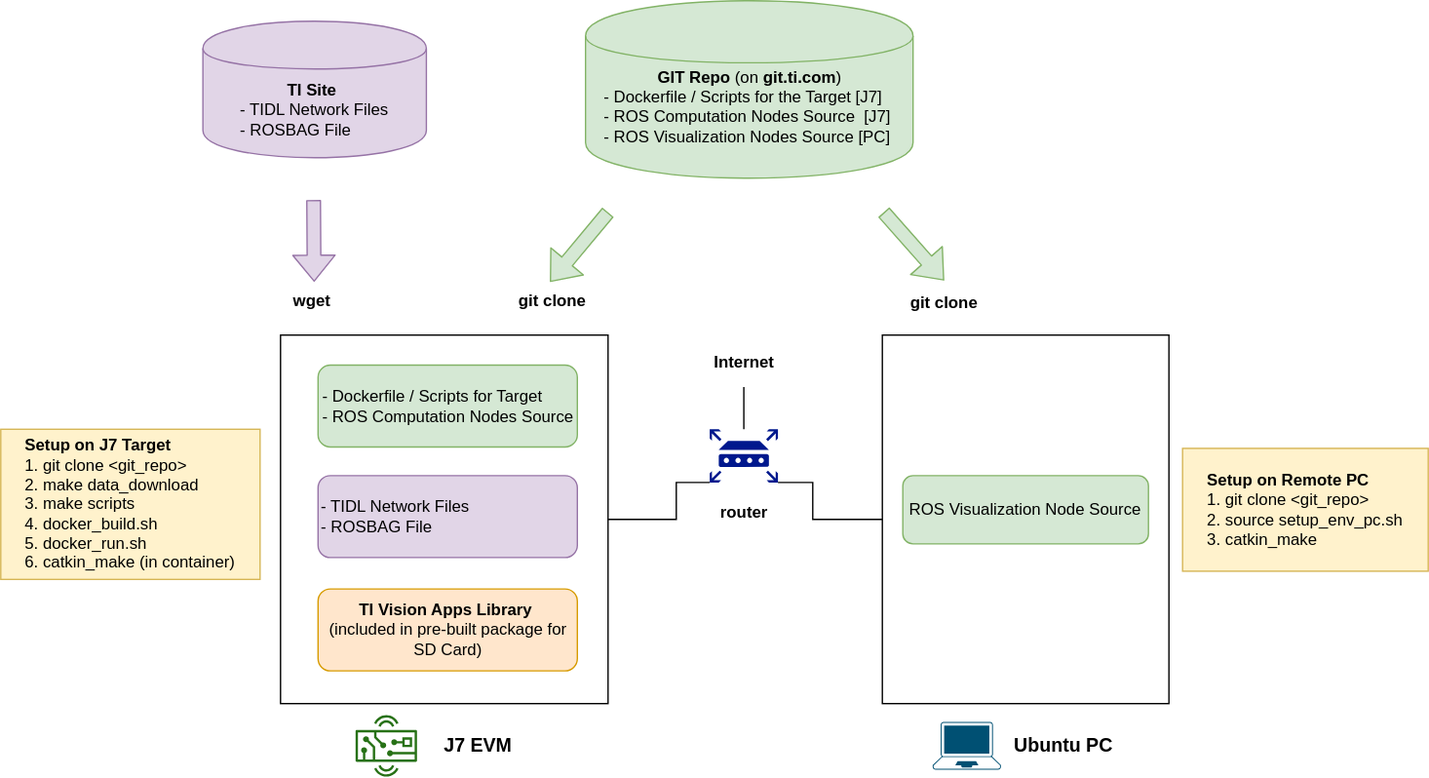
shun-li-casia/robotics_sdk_tda4vm keeps this draw.io diagram as docker/docs/tiovx_ros_setup.svg. Above is the earlier version. Source tidied: cells renumbered, new cells last; positions are measured from the earlier drawing's top-left corner, leaving out a move shared by most shapes.
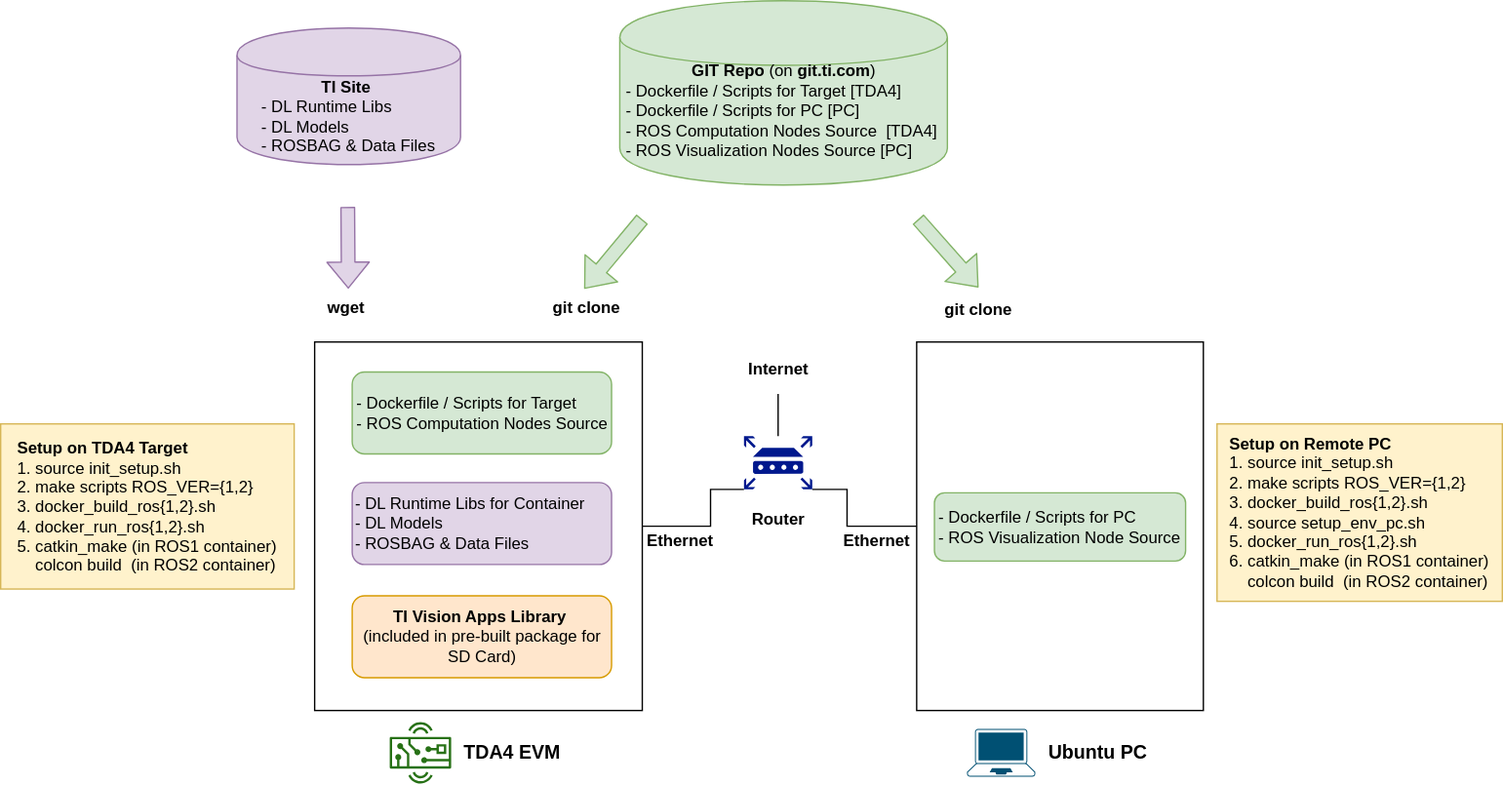
The same diagram one commit later.

Diff of the diagram source:
```diff
@@ -5,7 +5,7 @@
     <mxCell id="2" style="rounded=0;whiteSpace=wrap;html=1;" parent="1" vertex="1">
       <mxGeometry x="205" y="245" width="240" height="270" as="geometry" />
     </mxCell>
-    <mxCell id="3" value="&lt;b&gt;TI Vision Apps Library&amp;nbsp;&lt;/b&gt;&lt;br&gt;(included in pre-built package for SD Card)" style="rounded=1;whiteSpace=wrap;html=1;fillColor=#ffe6cc;strokeColor=#d79b00;align=center;" parent="1" vertex="1">
+    <mxCell id="3" value="&lt;b&gt;TI Vision Apps Library&amp;nbsp;&lt;/b&gt;&lt;br&gt;(included in pre-built package for SD Card)&lt;br&gt;" style="rounded=1;whiteSpace=wrap;html=1;fillColor=#ffe6cc;strokeColor=#d79b00;align=center;" parent="1" vertex="1">
       <mxGeometry x="232.5" y="431" width="190" height="60" as="geometry" />
     </mxCell>
     <mxCell id="4" style="rounded=0;whiteSpace=wrap;html=1;" parent="1" vertex="1">
@@ -14,11 +14,11 @@
     <mxCell id="5" value="&lt;div&gt;&lt;div style=&quot;text-align: left&quot;&gt;&lt;span&gt;- Dockerfile / Scripts for Target&lt;/span&gt;&lt;/div&gt;&lt;span&gt;&lt;div style=&quot;text-align: left&quot;&gt;&lt;span&gt;- ROS Computation Nodes Source&lt;/span&gt;&lt;/div&gt;&lt;/span&gt;&lt;/div&gt;" style="rounded=1;whiteSpace=wrap;html=1;fillColor=#d5e8d4;strokeColor=#82b366;" parent="1" vertex="1">
       <mxGeometry x="232.5" y="267" width="190" height="60" as="geometry" />
     </mxCell>
-    <mxCell id="6" value="ROS Visualization Node Source" style="rounded=1;whiteSpace=wrap;html=1;fillColor=#d5e8d4;strokeColor=#82b366;" parent="1" vertex="1">
-      <mxGeometry x="661" y="348" width="180" height="50" as="geometry" />
+    <mxCell id="6" value="&lt;div style=&quot;text-align: left&quot;&gt;- Dockerfile / Scripts for PC&lt;/div&gt;&lt;div style=&quot;text-align: left&quot;&gt;&lt;span&gt;- ROS Visualization Node Source&lt;/span&gt;&lt;/div&gt;" style="rounded=1;whiteSpace=wrap;html=1;fillColor=#d5e8d4;strokeColor=#82b366;" parent="1" vertex="1">
+      <mxGeometry x="659" y="355.5" width="184" height="50" as="geometry" />
     </mxCell>
-    <mxCell id="7" value="&lt;b&gt;GIT Repo&amp;nbsp;&lt;/b&gt;(on &lt;b&gt;git.ti.com&lt;/b&gt;)&lt;br&gt;&lt;div style=&quot;text-align: left&quot;&gt;&lt;span&gt;- Dockerfile / Scripts for the Target [J7]&lt;/span&gt;&lt;br&gt;&lt;/div&gt;&lt;div style=&quot;text-align: left&quot;&gt;- ROS Computation Nodes Source&amp;nbsp; [J7]&amp;nbsp;&lt;span&gt;&lt;br&gt;&lt;/span&gt;&lt;/div&gt;&lt;div style=&quot;text-align: left&quot;&gt;- ROS Visualization Nodes Source [PC]&amp;nbsp;&lt;br&gt;&lt;/div&gt;&lt;div style=&quot;text-align: left&quot;&gt;&lt;span&gt;&lt;br&gt;&lt;/span&gt;&lt;/div&gt;" style="shape=cylinder;whiteSpace=wrap;html=1;boundedLbl=1;backgroundOutline=1;fontFamily=Helvetica;fontSize=12;align=center;strokeColor=#82b366;fillColor=#d5e8d4;" parent="1" vertex="1">
-      <mxGeometry x="428.5" width="240" height="130" as="geometry" />
+    <mxCell id="7" value="&lt;b&gt;GIT Repo&amp;nbsp;&lt;/b&gt;(on &lt;b&gt;git.ti.com&lt;/b&gt;)&lt;br&gt;&lt;div style=&quot;text-align: left&quot;&gt;&lt;span&gt;- Dockerfile / Scripts for Target [TDA4]&lt;/span&gt;&lt;br&gt;&lt;/div&gt;&lt;div style=&quot;text-align: left&quot;&gt;&lt;div&gt;- Dockerfile / Scripts for PC [PC]&lt;br&gt;&lt;/div&gt;&lt;div&gt;&lt;span&gt;- ROS Computation Nodes Source&amp;nbsp; [TDA4]&amp;nbsp;&lt;/span&gt;&lt;br&gt;&lt;/div&gt;&lt;/div&gt;&lt;div style=&quot;text-align: left&quot;&gt;&lt;span&gt;- ROS Visualization Nodes Source [PC]&amp;nbsp;&lt;/span&gt;&lt;br&gt;&lt;/div&gt;&lt;div style=&quot;text-align: left&quot;&gt;&lt;span&gt;&lt;br&gt;&lt;/span&gt;&lt;/div&gt;" style="shape=cylinder;whiteSpace=wrap;html=1;boundedLbl=1;backgroundOutline=1;fontFamily=Helvetica;fontSize=12;align=center;strokeColor=#82b366;fillColor=#d5e8d4;" parent="1" vertex="1">
+      <mxGeometry x="428.5" y="-5" width="240" height="135" as="geometry" />
     </mxCell>
     <mxCell id="8" style="shape=flexArrow;endArrow=classic;html=1;fillColor=#d5e8d4;strokeColor=#82b366;" parent="1" edge="1">
       <mxGeometry relative="1" as="geometry">
@@ -32,7 +32,7 @@
     <mxCell id="10" value="&lt;b&gt;&lt;font style=&quot;font-size: 14px&quot;&gt;Ubuntu PC&lt;/font&gt;&lt;/b&gt;" style="text;html=1;strokeColor=none;fillColor=none;align=center;verticalAlign=middle;whiteSpace=wrap;rounded=0;" parent="1" vertex="1">
       <mxGeometry x="739.1" y="536" width="80" height="20" as="geometry" />
     </mxCell>
-    <mxCell id="11" value="&lt;b&gt;&lt;font style=&quot;font-size: 14px&quot;&gt;J7 EVM&lt;/font&gt;&lt;/b&gt;" style="text;html=1;strokeColor=none;fillColor=none;align=center;verticalAlign=middle;whiteSpace=wrap;rounded=0;" parent="1" vertex="1">
+    <mxCell id="11" value="&lt;b&gt;&lt;font style=&quot;font-size: 14px&quot;&gt;TDA4 EVM&lt;/font&gt;&lt;/b&gt;" style="text;html=1;strokeColor=none;fillColor=none;align=center;verticalAlign=middle;whiteSpace=wrap;rounded=0;" parent="1" vertex="1">
       <mxGeometry x="305" y="536" width="90" height="20" as="geometry" />
     </mxCell>
     <mxCell id="12" style="fontColor=#232F3E;gradientColor=none;fillColor=#277116;strokeColor=none;dashed=0;verticalLabelPosition=bottom;verticalAlign=top;align=center;html=1;fontSize=12;fontStyle=0;shape=mxgraph.aws4.hardware_board;" parent="1" vertex="1">
@@ -74,7 +74,7 @@
     <mxCell id="19" value="&lt;b&gt;git clone&lt;/b&gt;" style="text;html=1;strokeColor=none;fillColor=none;align=center;verticalAlign=middle;whiteSpace=wrap;rounded=0;" parent="1" vertex="1">
       <mxGeometry x="362.5" y="210" width="82.5" height="20" as="geometry" />
     </mxCell>
-    <mxCell id="20" value="&lt;span&gt;&lt;b&gt;&lt;br&gt;TI Site&amp;nbsp;&lt;/b&gt;&lt;br&gt;&lt;div style=&quot;text-align: left&quot;&gt;&lt;span&gt;- TIDL Network Files&lt;/span&gt;&lt;br&gt;&lt;/div&gt;&lt;/span&gt;&lt;span&gt;&lt;div style=&quot;text-align: left&quot;&gt;&lt;span&gt;- ROSBAG File&lt;/span&gt;&lt;/div&gt;&lt;br&gt;&lt;/span&gt;" style="shape=cylinder;whiteSpace=wrap;html=1;boundedLbl=1;backgroundOutline=1;fontFamily=Helvetica;fontSize=12;align=center;strokeColor=#9673a6;fillColor=#e1d5e7;" parent="1" vertex="1">
+    <mxCell id="20" value="&lt;span&gt;&lt;b&gt;&lt;br&gt;TI Site&amp;nbsp;&lt;/b&gt;&lt;br&gt;&lt;div style=&quot;text-align: left&quot;&gt;&lt;span style=&quot;text-align: center&quot;&gt;&lt;div style=&quot;text-align: left&quot;&gt;- DL Runtime Libs&lt;/div&gt;&lt;/span&gt;&lt;span style=&quot;text-align: center&quot;&gt;&lt;/span&gt;&lt;/div&gt;&lt;div style=&quot;text-align: left&quot;&gt;&lt;span&gt;- DL Models&lt;/span&gt;&lt;br&gt;&lt;/div&gt;&lt;div style=&quot;text-align: left&quot;&gt;&lt;span&gt;- ROSBAG &amp;amp; Data Files&lt;/span&gt;&lt;br&gt;&lt;/div&gt;&lt;/span&gt;&lt;span&gt;&lt;br&gt;&lt;/span&gt;" style="shape=cylinder;whiteSpace=wrap;html=1;boundedLbl=1;backgroundOutline=1;fontFamily=Helvetica;fontSize=12;align=center;strokeColor=#9673a6;fillColor=#e1d5e7;" parent="1" vertex="1">
       <mxGeometry x="148.1" y="15" width="163.8" height="100" as="geometry" />
     </mxCell>
     <mxCell id="21" style="shape=flexArrow;endArrow=classic;html=1;fillColor=#e1d5e7;strokeColor=#9673a6;" parent="1" edge="1">
@@ -89,17 +89,23 @@
     <mxCell id="23" value="&lt;b&gt;git clone&lt;/b&gt;" style="text;html=1;strokeColor=none;fillColor=none;align=center;verticalAlign=middle;whiteSpace=wrap;rounded=0;" parent="1" vertex="1">
       <mxGeometry x="649.8" y="212" width="83.1" height="20" as="geometry" />
     </mxCell>
-    <mxCell id="24" value="&lt;span&gt;&lt;b&gt;router&lt;/b&gt;&lt;/span&gt;" style="text;html=1;strokeColor=none;fillColor=none;align=center;verticalAlign=middle;whiteSpace=wrap;rounded=0;fontStyle=0;" parent="1" vertex="1">
+    <mxCell id="24" value="&lt;span&gt;&lt;b&gt;Router&lt;/b&gt;&lt;/span&gt;" style="text;html=1;strokeColor=none;fillColor=none;align=center;verticalAlign=middle;whiteSpace=wrap;rounded=0;fontStyle=0;" parent="1" vertex="1">
       <mxGeometry x="512.8" y="365" width="63.5" height="20" as="geometry" />
     </mxCell>
-    <mxCell id="25" value="&lt;div&gt;&lt;div&gt;- TIDL Network Files&lt;/div&gt;&lt;div&gt;- ROSBAG File&lt;/div&gt;&lt;/div&gt;" style="rounded=1;whiteSpace=wrap;html=1;fillColor=#e1d5e7;strokeColor=#9673a6;align=left;" parent="1" vertex="1">
+    <mxCell id="25" value="&lt;div&gt;&lt;div&gt;- DL Runtime Libs for Container&lt;/div&gt;&lt;div&gt;- DL Models&lt;/div&gt;&lt;div&gt;- ROSBAG &amp;amp; Data Files&lt;/div&gt;&lt;/div&gt;" style="rounded=1;whiteSpace=wrap;html=1;fillColor=#e1d5e7;strokeColor=#9673a6;align=left;" parent="1" vertex="1">
       <mxGeometry x="232.5" y="348" width="190" height="60" as="geometry" />
     </mxCell>
-    <mxCell id="26" value="&lt;div style=&quot;text-align: left&quot;&gt;&lt;span&gt;&lt;b&gt;Setup on J7 Target&lt;/b&gt;&lt;/span&gt;&lt;/div&gt;&lt;div style=&quot;text-align: left&quot;&gt;&lt;span&gt;1. git clone &amp;lt;git_repo&amp;gt;&lt;/span&gt;&lt;/div&gt;&lt;div style=&quot;text-align: left&quot;&gt;&lt;span&gt;2. make data_download&lt;/span&gt;&lt;/div&gt;&lt;div style=&quot;text-align: left&quot;&gt;&lt;span&gt;3. make scripts&lt;/span&gt;&lt;/div&gt;&lt;div style=&quot;text-align: left&quot;&gt;&lt;span&gt;4. docker_build.sh&lt;/span&gt;&lt;br&gt;&lt;/div&gt;&lt;div style=&quot;text-align: left&quot;&gt;&lt;span&gt;5. docker_run.sh&lt;/span&gt;&lt;/div&gt;&lt;div style=&quot;text-align: left&quot;&gt;&lt;span&gt;6. catkin_make (in container)&lt;/span&gt;&lt;/div&gt;" style="rounded=0;whiteSpace=wrap;html=1;fillColor=#fff2cc;strokeColor=#d6b656;" parent="1" vertex="1">
-      <mxGeometry y="314" width="190" height="110" as="geometry" />
+    <mxCell id="26" value="&lt;div style=&quot;text-align: left&quot;&gt;&lt;span&gt;&lt;b&gt;Setup on TDA4 Target&lt;/b&gt;&lt;/span&gt;&lt;/div&gt;&lt;div style=&quot;text-align: left&quot;&gt;&lt;span&gt;1. source init_setup.sh&lt;/span&gt;&lt;/div&gt;&lt;div style=&quot;text-align: left&quot;&gt;&lt;span&gt;2. make scripts ROS_VER={1,2}&lt;/span&gt;&lt;br&gt;&lt;/div&gt;&lt;div style=&quot;text-align: left&quot;&gt;&lt;span&gt;3. docker_build_ros{1,2}.sh&lt;/span&gt;&lt;br&gt;&lt;/div&gt;&lt;div style=&quot;text-align: left&quot;&gt;&lt;span&gt;4. docker_run_ros{1,2}.sh&lt;/span&gt;&lt;/div&gt;&lt;div style=&quot;text-align: left&quot;&gt;&lt;span&gt;5. catkin_make (in ROS1 container)&lt;br&gt;&amp;nbsp; &amp;nbsp; colcon build&amp;nbsp; (in ROS2 container)&lt;/span&gt;&lt;/div&gt;" style="rounded=0;whiteSpace=wrap;html=1;fillColor=#fff2cc;strokeColor=#d6b656;" parent="1" vertex="1">
+      <mxGeometry x="-25" y="305" width="215" height="121" as="geometry" />
     </mxCell>
-    <mxCell id="27" value="&lt;div style=&quot;text-align: left&quot;&gt;&lt;span&gt;&lt;b&gt;Setup on Remote PC&lt;/b&gt;&lt;/span&gt;&lt;/div&gt;&lt;div style=&quot;text-align: left&quot;&gt;&lt;span&gt;1. git clone &amp;lt;git_repo&amp;gt;&lt;/span&gt;&lt;/div&gt;&lt;div style=&quot;text-align: left&quot;&gt;&lt;span&gt;2. source setup_env_pc.sh&lt;/span&gt;&lt;/div&gt;&lt;div style=&quot;text-align: left&quot;&gt;&lt;span&gt;3. catkin_make&amp;nbsp;&lt;/span&gt;&lt;br&gt;&lt;/div&gt;" style="rounded=0;whiteSpace=wrap;html=1;fillColor=#fff2cc;strokeColor=#d6b656;" parent="1" vertex="1">
-      <mxGeometry x="866" y="328" width="180" height="90" as="geometry" />
+    <mxCell id="27" value="&lt;div style=&quot;text-align: left&quot;&gt;&lt;span&gt;&lt;b&gt;Setup on Remote PC&lt;/b&gt;&lt;/span&gt;&lt;/div&gt;&lt;div style=&quot;text-align: left&quot;&gt;&lt;span&gt;1. source init_setup.sh&lt;/span&gt;&lt;/div&gt;&lt;div style=&quot;text-align: left&quot;&gt;&lt;span&gt;2. make scripts ROS_VER={1,2}&lt;/span&gt;&lt;br&gt;&lt;/div&gt;&lt;div style=&quot;text-align: left&quot;&gt;&lt;div&gt;3. docker_build_ros{1,2}.sh&lt;br&gt;&lt;/div&gt;&lt;div&gt;&lt;div&gt;4. source setup_env_pc.sh&lt;/div&gt;&lt;div&gt;&lt;/div&gt;&lt;/div&gt;&lt;div&gt;5. docker_run_ros{1,2}.sh&lt;/div&gt;&lt;div&gt;6. catkin_make (in ROS1 container)&lt;br&gt;&amp;nbsp; &amp;nbsp; colcon build&amp;nbsp; (in ROS2 container)&lt;/div&gt;&lt;/div&gt;" style="rounded=0;whiteSpace=wrap;html=1;fillColor=#fff2cc;strokeColor=#d6b656;" parent="1" vertex="1">
+      <mxGeometry x="866" y="305" width="209" height="130" as="geometry" />
     </mxCell>
+    <mxCell id="28" value="&lt;span&gt;&lt;b&gt;Ethernet&lt;/b&gt;&lt;/span&gt;" style="text;html=1;strokeColor=none;fillColor=none;align=center;verticalAlign=middle;whiteSpace=wrap;rounded=0;fontStyle=0;" parent="1" vertex="1">
+      <mxGeometry x="585.2" y="381" width="63.5" height="20" as="geometry" />
+    </mxCell>
+    <mxCell id="29" value="&lt;span&gt;&lt;b&gt;Ethernet&lt;/b&gt;&lt;/span&gt;" style="text;html=1;strokeColor=none;fillColor=none;align=center;verticalAlign=middle;whiteSpace=wrap;rounded=0;fontStyle=0;" parent="1" vertex="1">
+      <mxGeometry x="441" y="381" width="63.5" height="20" as="geometry" />
+    </mxCell>
   </root>
 </mxGraphModel>
```
